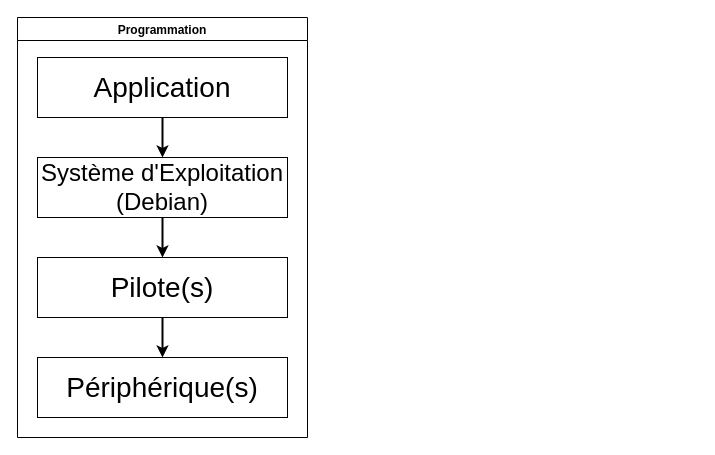
This is search/Untitled Diagram.drawio from YKhimage1/libnx, a draw.io file, before an edit. Source tidied: cells renumbered, new cells numbered last; positions are measured from the earlier drawing's top-left corner, leaving out a move shared by most shapes. Both pictures are drawn from the tidied source at 100%, with x=0, y=0 at pixel (17, 17).
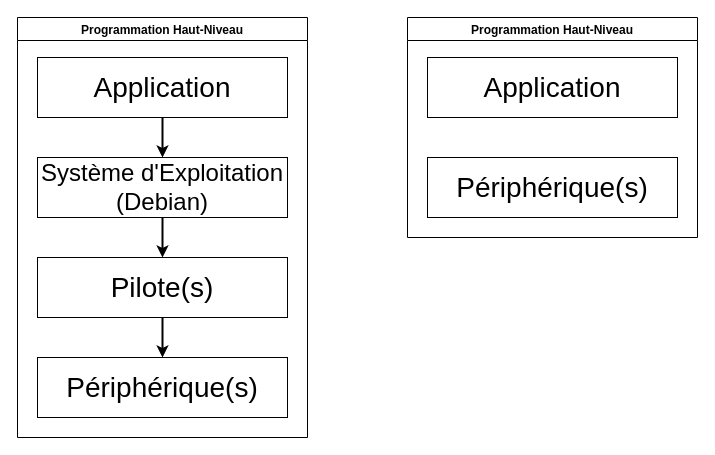
After the change.

Change to the diagram source:
```diff
@@
 <mxGraphModel>
   <root>
     <mxCell id="0" />
     <mxCell id="1" parent="0" />
     <mxCell id="2" style="edgeStyle=orthogonalEdgeStyle;rounded=0;jettySize=auto;html=1;exitX=0.5;exitY=1;exitDx=0;exitDy=0;entryX=0.5;entryY=0;entryDx=0;entryDy=0;strokeWidth=2;" parent="1" edge="1" source="3" target="5">
       <mxGeometry relative="1" as="geometry" />
     </mxCell>
     <mxCell id="3" value="&lt;font style=&quot;font-size: 28px&quot;&gt;Application&lt;/font&gt; " style="rounded=0;whiteSpace=wrap;html=1;" parent="1" vertex="1">
       <mxGeometry x="20" y="40" width="250" height="60" as="geometry" />
     </mxCell>
     <mxCell id="4" style="edgeStyle=orthogonalEdgeStyle;rounded=0;jettySize=auto;html=1;exitX=0.5;exitY=1;exitDx=0;exitDy=0;entryX=0.5;entryY=0;entryDx=0;entryDy=0;strokeWidth=2;" parent="1" edge="1" source="5" target="7">
       <mxGeometry relative="1" as="geometry" />
     </mxCell>
     <mxCell id="5" value="&lt;div&gt;&lt;font style=&quot;font-size: 24px&quot;&gt;Système d'Exploitation (Debian)&lt;br&gt;&lt;/font&gt;&lt;/div&gt;" style="rounded=0;whiteSpace=wrap;html=1;" parent="1" vertex="1">
       <mxGeometry x="20" y="140" width="250" height="60" as="geometry" />
     </mxCell>
     <mxCell id="6" style="edgeStyle=orthogonalEdgeStyle;rounded=0;jettySize=auto;html=1;exitX=0.5;exitY=1;exitDx=0;exitDy=0;entryX=0.5;entryY=0;entryDx=0;entryDy=0;strokeWidth=2;" parent="1" edge="1" source="7" target="8">
       <mxGeometry relative="1" as="geometry" />
     </mxCell>
     <mxCell id="7" value="&lt;font style=&quot;font-size: 28px&quot;&gt;Pilote(s)&lt;/font&gt;" style="rounded=0;whiteSpace=wrap;html=1;" parent="1" vertex="1">
       <mxGeometry x="20" y="240" width="250" height="60" as="geometry" />
     </mxCell>
     <mxCell id="8" value="&lt;font style=&quot;font-size: 28px&quot;&gt;Périphérique(s)&lt;br&gt;&lt;/font&gt;" style="rounded=0;whiteSpace=wrap;html=1;" parent="1" vertex="1">
       <mxGeometry x="20" y="340" width="250" height="60" as="geometry" />
     </mxCell>
-    <mxCell id="9" value="Programmation" style="swimlane;" parent="1" vertex="1">
+    <mxCell id="9" value="Programmation Haut-Niveau" style="swimlane;" parent="1" vertex="1">
       <mxGeometry width="290" height="420" as="geometry" />
     </mxCell>
+    <mxCell id="10" value="&lt;font style=&quot;font-size: 28px&quot;&gt;Application&lt;/font&gt; " style="rounded=0;whiteSpace=wrap;html=1;" parent="1" vertex="1">
+      <mxGeometry x="410" y="40" width="250" height="60" as="geometry" />
+    </mxCell>
+    <mxCell id="11" value="&lt;font style=&quot;font-size: 28px&quot;&gt;Périphérique(s)&lt;br&gt;&lt;/font&gt;" style="rounded=0;whiteSpace=wrap;html=1;" parent="1" vertex="1">
+      <mxGeometry x="410" y="140" width="250" height="60" as="geometry" />
+    </mxCell>
+    <mxCell id="12" value="Programmation Haut-Niveau" style="swimlane;" parent="1" vertex="1">
+      <mxGeometry x="390" width="290" height="220" as="geometry" />
+    </mxCell>
   </root>
 </mxGraphModel>
```
